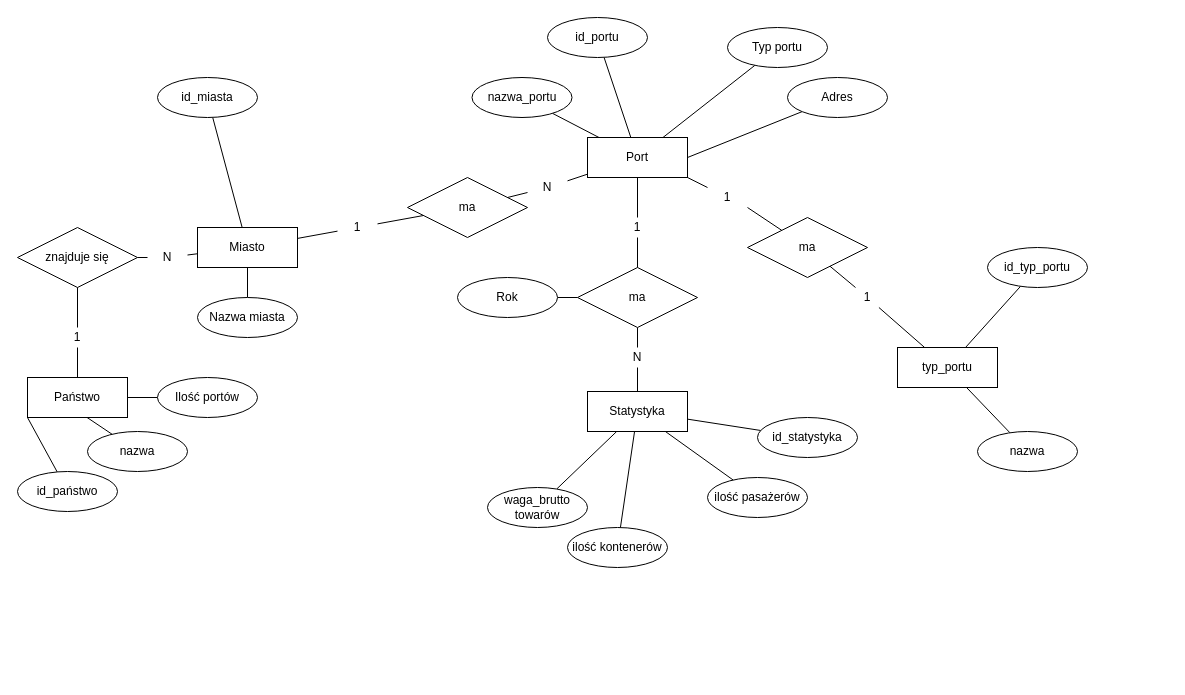
Above: portyv2.drawio in finalkiwii/databases-umbrellas (draw.io), before the change. Source tidied: cells renumbered, new cells numbered last; positions are measured from the earlier drawing's top-left corner, leaving out a move shared by most shapes. Both pictures are drawn from the tidied source at 100%, with x=0, y=0 at pixel (17, 17).
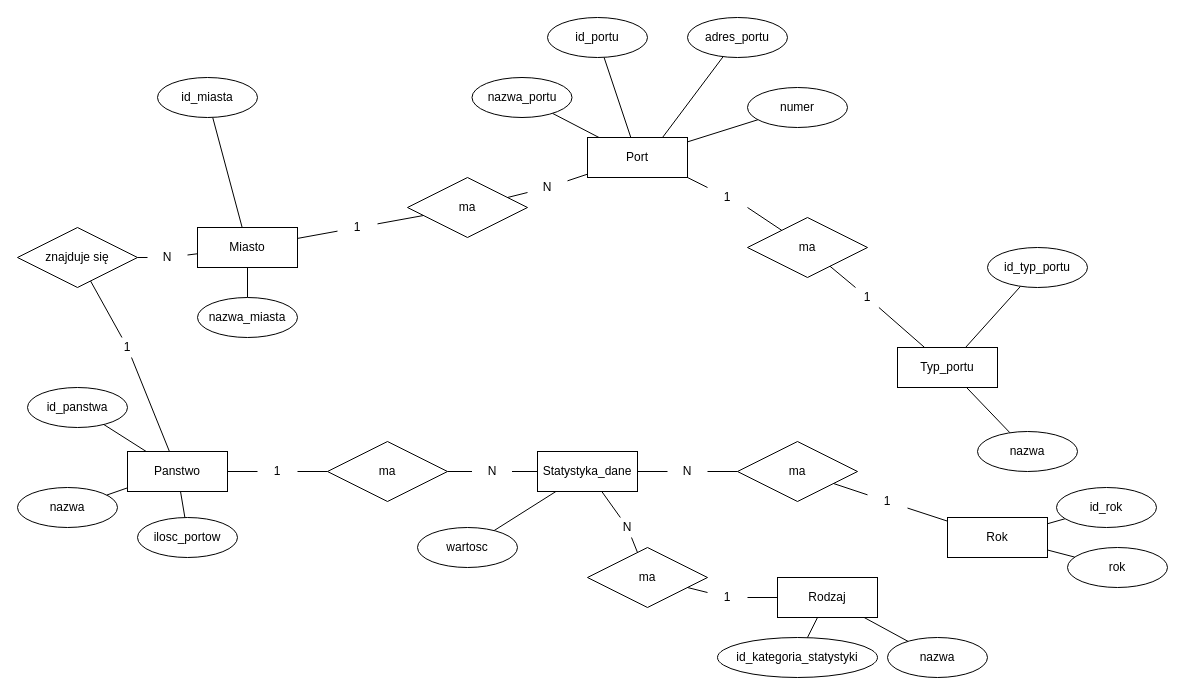
After the change.

Unchanged cells that the change refers to:
```xml
<mxCell id="7" value="Port" style="whiteSpace=wrap;html=1;align=center;" parent="1" vertex="1">
  <mxGeometry x="570" y="120" width="100" height="40" as="geometry" />
</mxCell>
```

Change to the diagram source:
```diff
@@
-    <mxCell id="3" style="rounded=0;jettySize=auto;html=1;endArrow=none;endFill=0;entryX=0;entryY=0;entryDx=0;entryDy=0;" parent="1" edge="1" source="4" target="49">
+    <mxCell id="3" style="edgeStyle=none;rounded=0;jettySize=auto;html=1;endArrow=none;endFill=0;" parent="1" edge="1" source="4" target="49">
       <mxGeometry relative="1" as="geometry" />
     </mxCell>
     <mxCell id="4" value="nazwa" style="ellipse;whiteSpace=wrap;html=1;align=center;" parent="1" vertex="1">
-      <mxGeometry x="70" y="414" width="100" height="40" as="geometry" />
+      <mxGeometry y="470" width="100" height="40" as="geometry" />
     </mxCell>
-    <mxCell id="5" style="rounded=0;jettySize=auto;html=1;endArrow=none;endFill=0;entryX=1;entryY=0.5;entryDx=0;entryDy=0;" parent="1" edge="1" source="6" target="49">
+    <mxCell id="5" style="edgeStyle=none;rounded=0;jettySize=auto;html=1;endArrow=none;endFill=0;" parent="1" edge="1" source="6" target="49">
       <mxGeometry relative="1" as="geometry" />
     </mxCell>
-    <mxCell id="6" value="Ilość portów" style="ellipse;whiteSpace=wrap;html=1;align=center;" parent="1" vertex="1">
-      <mxGeometry x="140" y="360" width="100" height="40" as="geometry" />
+    <mxCell id="6" value="ilosc_portow" style="ellipse;whiteSpace=wrap;html=1;align=center;" parent="1" vertex="1">
+      <mxGeometry x="120" y="500" width="100" height="40" as="geometry" />
     </mxCell>
@@
-    <mxCell id="11" style="edgeStyle=none;rounded=0;jettySize=auto;html=1;endArrow=none;endFill=0;entryX=1;entryY=0.5;entryDx=0;entryDy=0;" parent="1" edge="1" source="12" target="7">
+    <mxCell id="11" style="edgeStyle=none;rounded=0;jettySize=auto;html=1;endArrow=none;endFill=0;entryX=0.75;entryY=0;entryDx=0;entryDy=0;" parent="1" edge="1" source="12" target="7">
       <mxGeometry relative="1" as="geometry" />
     </mxCell>
-    <mxCell id="12" value="Adres" style="ellipse;whiteSpace=wrap;html=1;align=center;" parent="1" vertex="1">
-      <mxGeometry x="770" y="60" width="100" height="40" as="geometry" />
+    <mxCell id="12" value="adres_portu" style="ellipse;whiteSpace=wrap;html=1;align=center;" parent="1" vertex="1">
+      <mxGeometry x="670" width="100" height="40" as="geometry" />
     </mxCell>
-    <mxCell id="13" style="edgeStyle=none;rounded=0;jettySize=auto;html=1;endArrow=none;endFill=0;" parent="1" edge="1" source="14" target="7">
-      <mxGeometry relative="1" as="geometry" />
-    </mxCell>
-    <mxCell id="14" value="Typ portu" style="ellipse;whiteSpace=wrap;html=1;align=center;" parent="1" vertex="1">
-      <mxGeometry x="710" y="10" width="100" height="40" as="geometry" />
-    </mxCell>
@@
-    <mxCell id="18" value="Nazwa miasta" style="ellipse;whiteSpace=wrap;html=1;align=center;" parent="1" vertex="1">
+    <mxCell id="18" value="nazwa_miasta" style="ellipse;whiteSpace=wrap;html=1;align=center;" parent="1" vertex="1">
       <mxGeometry x="180" y="280" width="100" height="40" as="geometry" />
     </mxCell>
-    <mxCell id="19" style="edgeStyle=none;rounded=0;jettySize=auto;html=1;endArrow=none;endFill=0;exitX=0.5;exitY=0;exitDx=0;exitDy=0;" parent="1" edge="1" source="40" target="7">
+    <mxCell id="19" style="edgeStyle=none;rounded=0;jettySize=auto;html=1;endArrow=none;endFill=0;exitX=0;exitY=0.5;exitDx=0;exitDy=0;entryX=1;entryY=0.5;entryDx=0;entryDy=0;" parent="1" edge="1" source="40" target="49">
       <mxGeometry relative="1" as="geometry" />
     </mxCell>
@@
-    <mxCell id="21" value="Statystyka" style="whiteSpace=wrap;html=1;align=center;" parent="1" vertex="1">
-      <mxGeometry x="570" y="374" width="100" height="40" as="geometry" />
+    <mxCell id="21" value="Statystyka_dane" style="whiteSpace=wrap;html=1;align=center;" parent="1" vertex="1">
+      <mxGeometry x="520" y="434" width="100" height="40" as="geometry" />
     </mxCell>
@@
-    <mxCell id="23" value="waga_brutto towarów" style="ellipse;whiteSpace=wrap;html=1;align=center;" parent="1" vertex="1">
-      <mxGeometry x="470" y="470" width="100" height="40" as="geometry" />
+    <mxCell id="23" value="wartosc" style="ellipse;whiteSpace=wrap;html=1;align=center;" parent="1" vertex="1">
+      <mxGeometry x="400" y="510" width="100" height="40" as="geometry" />
     </mxCell>
-    <mxCell id="24" style="edgeStyle=none;rounded=0;jettySize=auto;html=1;endArrow=none;endFill=0;" parent="1" edge="1" source="25" target="21">
-      <mxGeometry relative="1" as="geometry" />
-    </mxCell>
-    <mxCell id="25" value="ilość kontenerów" style="ellipse;whiteSpace=wrap;html=1;align=center;" parent="1" vertex="1">
-      <mxGeometry x="550" y="510" width="100" height="40" as="geometry" />
-    </mxCell>
-    <mxCell id="26" style="edgeStyle=none;rounded=0;jettySize=auto;html=1;endArrow=none;endFill=0;" parent="1" edge="1" source="27" target="21">
-      <mxGeometry relative="1" as="geometry" />
-    </mxCell>
-    <mxCell id="27" value="ilość pasażerów" style="ellipse;whiteSpace=wrap;html=1;align=center;" parent="1" vertex="1">
-      <mxGeometry x="690" y="460" width="100" height="40" as="geometry" />
-    </mxCell>
     <mxCell id="28" value="ma" style="shape=rhombus;perimeter=rhombusPerimeter;whiteSpace=wrap;html=1;align=center;" parent="1" vertex="1">
-      <mxGeometry x="560" y="250" width="120" height="60" as="geometry" />
+      <mxGeometry x="310" y="424" width="120" height="60" as="geometry" />
     </mxCell>
-    <mxCell id="29" style="edgeStyle=none;rounded=0;jettySize=auto;html=1;endArrow=none;endFill=0;entryX=0;entryY=0.5;entryDx=0;entryDy=0;" parent="1" edge="1" source="30" target="28">
-      <mxGeometry relative="1" as="geometry" />
-    </mxCell>
+    <mxCell id="69" style="edgeStyle=none;rounded=0;jettySize=auto;html=1;endArrow=none;endFill=0;" parent="1" edge="1" source="30" target="73">
+      <mxGeometry relative="1" as="geometry" />
+    </mxCell>
-    <mxCell id="30" value="Rok" style="ellipse;whiteSpace=wrap;html=1;align=center;" parent="1" vertex="1">
-      <mxGeometry x="440" y="260" width="100" height="40" as="geometry" />
+    <mxCell id="30" value="rok" style="ellipse;whiteSpace=wrap;html=1;align=center;" parent="1" vertex="1">
+      <mxGeometry x="1050" y="530" width="100" height="40" as="geometry" />
     </mxCell>
@@
-    <mxCell id="38" style="edgeStyle=none;rounded=0;jettySize=auto;html=1;endArrow=none;endFill=0;" parent="1" edge="1" source="39" target="21">
-      <mxGeometry relative="1" as="geometry" />
-    </mxCell>
+    <mxCell id="70" style="edgeStyle=none;rounded=0;jettySize=auto;html=1;endArrow=none;endFill=0;" parent="1" edge="1" source="39" target="85">
+      <mxGeometry relative="1" as="geometry" />
+    </mxCell>
-    <mxCell id="39" value="id_statystyka" style="ellipse;whiteSpace=wrap;html=1;align=center;" parent="1" vertex="1">
-      <mxGeometry x="740" y="400" width="100" height="40" as="geometry" />
+    <mxCell id="39" value="id_kategoria_statystyki" style="ellipse;whiteSpace=wrap;html=1;align=center;" parent="1" vertex="1">
+      <mxGeometry x="700" y="620" width="160" height="40" as="geometry" />
     </mxCell>
     <mxCell id="40" value="1" style="text;html=1;strokeColor=none;fillColor=none;align=center;verticalAlign=middle;whiteSpace=wrap;rounded=0;" parent="1" vertex="1">
-      <mxGeometry x="600" y="200" width="40" height="20" as="geometry" />
+      <mxGeometry x="240" y="444" width="40" height="20" as="geometry" />
     </mxCell>
-    <mxCell id="41" style="edgeStyle=none;rounded=0;jettySize=auto;html=1;endArrow=none;endFill=0;exitX=0.5;exitY=0;exitDx=0;exitDy=0;" parent="1" edge="1" source="28" target="40">
+    <mxCell id="41" style="edgeStyle=none;rounded=0;jettySize=auto;html=1;endArrow=none;endFill=0;exitX=0;exitY=0.5;exitDx=0;exitDy=0;" parent="1" edge="1" source="28" target="40">
       <mxGeometry relative="1" as="geometry" />
     </mxCell>
     <mxCell id="42" value="N" style="text;html=1;strokeColor=none;fillColor=none;align=center;verticalAlign=middle;whiteSpace=wrap;rounded=0;" parent="1" vertex="1">
-      <mxGeometry x="600" y="330" width="40" height="20" as="geometry" />
+      <mxGeometry x="454.5" y="444" width="40" height="20" as="geometry" />
     </mxCell>
@@
-    <mxCell id="46" style="rounded=0;jettySize=auto;html=1;endArrow=none;endFill=0;entryX=0;entryY=1;entryDx=0;entryDy=0;" parent="1" edge="1" source="47" target="49">
+    <mxCell id="46" style="rounded=0;jettySize=auto;html=1;endArrow=none;endFill=0;" parent="1" edge="1" source="47" target="49">
       <mxGeometry relative="1" as="geometry" />
     </mxCell>
-    <mxCell id="47" value="id_państwo" style="ellipse;whiteSpace=wrap;html=1;align=center;" parent="1" vertex="1">
-      <mxGeometry y="454" width="100" height="40" as="geometry" />
+    <mxCell id="47" value="id_panstwa" style="ellipse;whiteSpace=wrap;html=1;align=center;" parent="1" vertex="1">
+      <mxGeometry x="10" y="370" width="100" height="40" as="geometry" />
     </mxCell>
@@
-    <mxCell id="49" value="Państwo" style="whiteSpace=wrap;html=1;align=center;" parent="1" vertex="1">
-      <mxGeometry x="10" y="360" width="100" height="40" as="geometry" />
+    <mxCell id="49" value="Panstwo" style="whiteSpace=wrap;html=1;align=center;" parent="1" vertex="1">
+      <mxGeometry x="110" y="434" width="100" height="40" as="geometry" />
     </mxCell>
     <mxCell id="50" value="1" style="text;html=1;strokeColor=none;fillColor=none;align=center;verticalAlign=middle;whiteSpace=wrap;rounded=0;" parent="1" vertex="1">
-      <mxGeometry x="40" y="310" width="40" height="20" as="geometry" />
+      <mxGeometry x="90" y="320" width="40" height="20" as="geometry" />
     </mxCell>
@@
-    <mxCell id="58" value="typ_portu" style="whiteSpace=wrap;html=1;align=center;" parent="1" vertex="1">
+    <mxCell id="58" value="Typ_portu" style="whiteSpace=wrap;html=1;align=center;" parent="1" vertex="1">
       <mxGeometry x="880" y="330" width="100" height="40" as="geometry" />
     </mxCell>
@@
+    <mxCell id="71" style="edgeStyle=none;rounded=0;jettySize=auto;html=1;endArrow=none;endFill=0;" parent="1" edge="1" source="72" target="7">
+      <mxGeometry relative="1" as="geometry" />
+    </mxCell>
+    <mxCell id="72" value="numer" style="ellipse;whiteSpace=wrap;html=1;align=center;" parent="1" vertex="1">
+      <mxGeometry x="730" y="70" width="100" height="40" as="geometry" />
+    </mxCell>
+    <mxCell id="73" value="Rok" style="whiteSpace=wrap;html=1;align=center;" parent="1" vertex="1">
+      <mxGeometry x="930" y="500" width="100" height="40" as="geometry" />
+    </mxCell>
+    <mxCell id="74" style="edgeStyle=none;rounded=0;jettySize=auto;html=1;endArrow=none;endFill=0;" parent="1" edge="1" source="75" target="73">
+      <mxGeometry relative="1" as="geometry" />
+    </mxCell>
+    <mxCell id="75" value="id_rok" style="ellipse;whiteSpace=wrap;html=1;align=center;" parent="1" vertex="1">
+      <mxGeometry x="1039" y="470" width="100" height="40" as="geometry" />
+    </mxCell>
+    <mxCell id="76" style="edgeStyle=none;rounded=0;orthogonalLoop=1;jettySize=auto;html=1;exitX=1;exitY=1;exitDx=0;exitDy=0;endArrow=none;endFill=0;" parent="1" edge="1" source="75" target="75">
+      <mxGeometry relative="1" as="geometry" />
+    </mxCell>
+    <mxCell id="77" style="edgeStyle=none;rounded=0;jettySize=auto;html=1;endArrow=none;endFill=0;" parent="1" edge="1" source="82" target="73">
+      <mxGeometry relative="1" as="geometry" />
+    </mxCell>
+    <mxCell id="78" style="edgeStyle=none;rounded=0;jettySize=auto;html=1;endArrow=none;endFill=0;" parent="1" edge="1" source="80" target="21">
+      <mxGeometry relative="1" as="geometry" />
+    </mxCell>
+    <mxCell id="79" value="ma" style="shape=rhombus;perimeter=rhombusPerimeter;whiteSpace=wrap;html=1;align=center;" parent="1" vertex="1">
+      <mxGeometry x="720" y="424" width="120" height="60" as="geometry" />
+    </mxCell>
+    <mxCell id="80" value="N" style="text;html=1;strokeColor=none;fillColor=none;align=center;verticalAlign=middle;whiteSpace=wrap;rounded=0;" parent="1" vertex="1">
+      <mxGeometry x="650" y="444" width="40" height="20" as="geometry" />
+    </mxCell>
+    <mxCell id="81" style="edgeStyle=none;rounded=0;jettySize=auto;html=1;endArrow=none;endFill=0;" parent="1" edge="1" source="79" target="80">
+      <mxGeometry relative="1" as="geometry" />
+    </mxCell>
+    <mxCell id="82" value="1" style="text;html=1;strokeColor=none;fillColor=none;align=center;verticalAlign=middle;whiteSpace=wrap;rounded=0;" parent="1" vertex="1">
+      <mxGeometry x="850" y="474" width="40" height="20" as="geometry" />
+    </mxCell>
+    <mxCell id="83" style="edgeStyle=none;rounded=0;jettySize=auto;html=1;endArrow=none;endFill=0;" parent="1" edge="1" source="79" target="82">
+      <mxGeometry relative="1" as="geometry" />
+    </mxCell>
+    <mxCell id="84" style="edgeStyle=none;rounded=0;jettySize=auto;html=1;endArrow=none;endFill=0;" parent="1" edge="1" source="90" target="89">
+      <mxGeometry relative="1" as="geometry" />
+    </mxCell>
+    <mxCell id="85" value="Rodzaj" style="whiteSpace=wrap;html=1;align=center;" parent="1" vertex="1">
+      <mxGeometry x="760" y="560" width="100" height="40" as="geometry" />
+    </mxCell>
+    <mxCell id="86" style="edgeStyle=none;rounded=0;jettySize=auto;html=1;endArrow=none;endFill=0;" parent="1" edge="1" source="87" target="85">
+      <mxGeometry relative="1" as="geometry" />
+    </mxCell>
+    <mxCell id="87" value="nazwa" style="ellipse;whiteSpace=wrap;html=1;align=center;" parent="1" vertex="1">
+      <mxGeometry x="870" y="620" width="100" height="40" as="geometry" />
+    </mxCell>
+    <mxCell id="88" style="edgeStyle=none;rounded=0;jettySize=auto;html=1;endArrow=none;endFill=0;" parent="1" edge="1" source="92" target="21">
+      <mxGeometry relative="1" as="geometry" />
+    </mxCell>
+    <mxCell id="89" value="ma" style="shape=rhombus;perimeter=rhombusPerimeter;whiteSpace=wrap;html=1;align=center;" parent="1" vertex="1">
+      <mxGeometry x="570" y="530" width="120" height="60" as="geometry" />
+    </mxCell>
+    <mxCell id="90" value="1" style="text;html=1;strokeColor=none;fillColor=none;align=center;verticalAlign=middle;whiteSpace=wrap;rounded=0;" parent="1" vertex="1">
+      <mxGeometry x="690" y="570" width="40" height="20" as="geometry" />
+    </mxCell>
+    <mxCell id="91" style="edgeStyle=none;rounded=0;jettySize=auto;html=1;endArrow=none;endFill=0;" parent="1" edge="1" source="85" target="90">
+      <mxGeometry relative="1" as="geometry" />
+    </mxCell>
+    <mxCell id="92" value="N" style="text;html=1;strokeColor=none;fillColor=none;align=center;verticalAlign=middle;whiteSpace=wrap;rounded=0;" parent="1" vertex="1">
+      <mxGeometry x="590" y="500" width="40" height="20" as="geometry" />
+    </mxCell>
+    <mxCell id="93" style="edgeStyle=none;rounded=0;jettySize=auto;html=1;endArrow=none;endFill=0;" parent="1" edge="1" source="89" target="92">
+      <mxGeometry relative="1" as="geometry" />
+    </mxCell>
```
